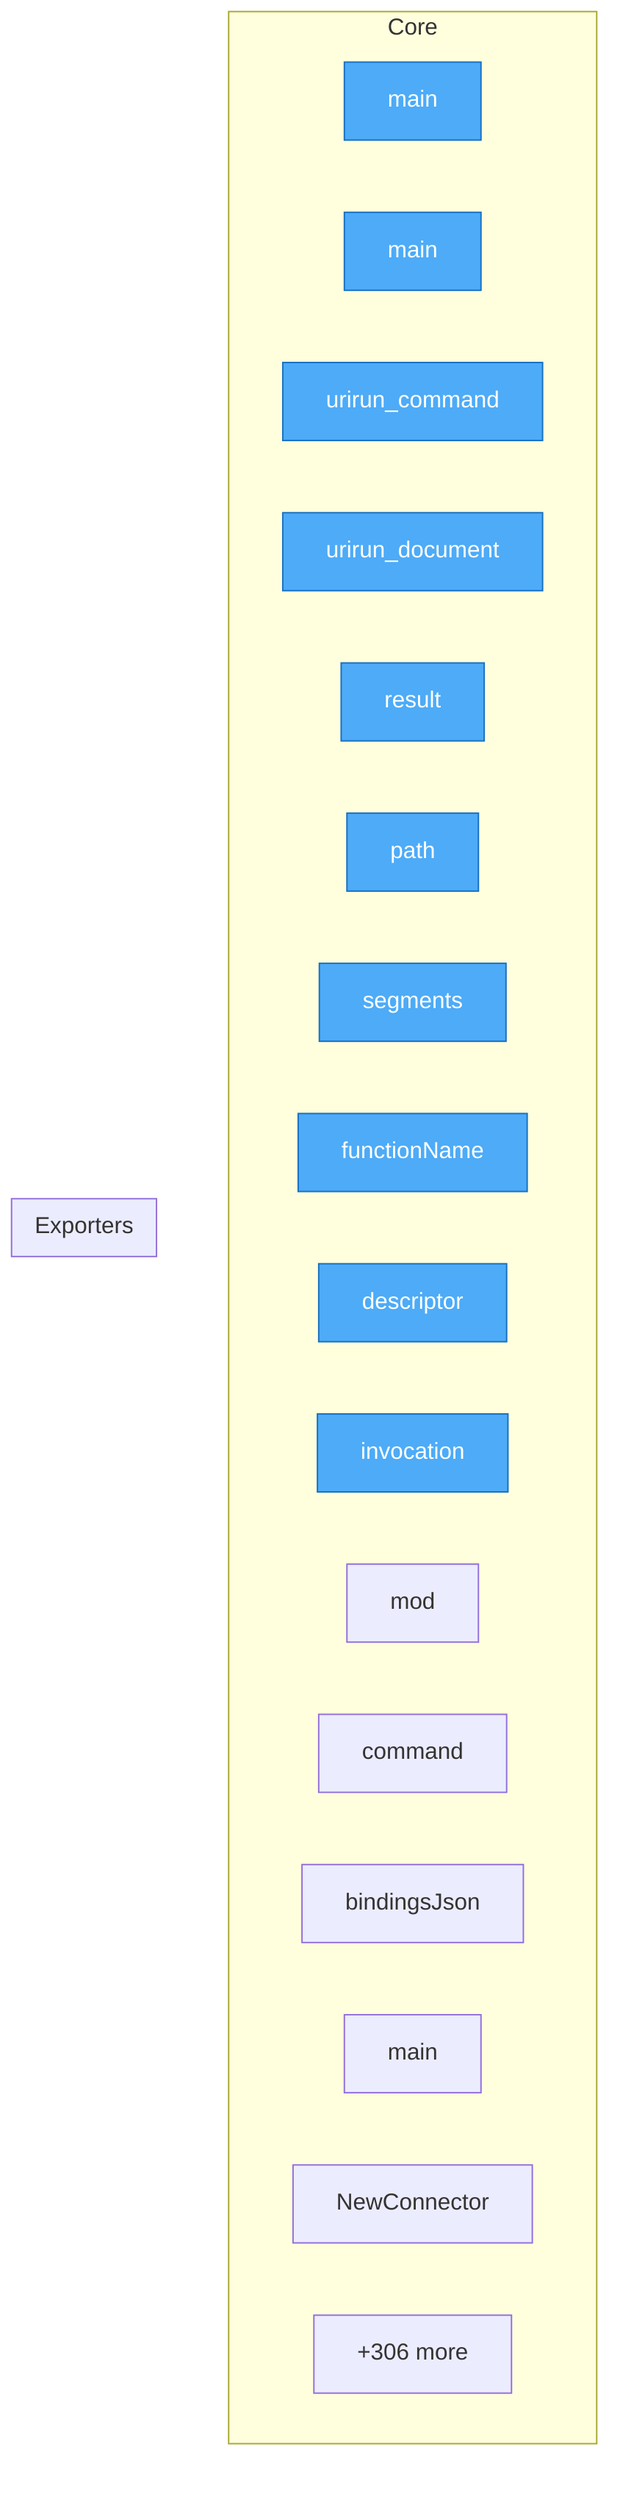
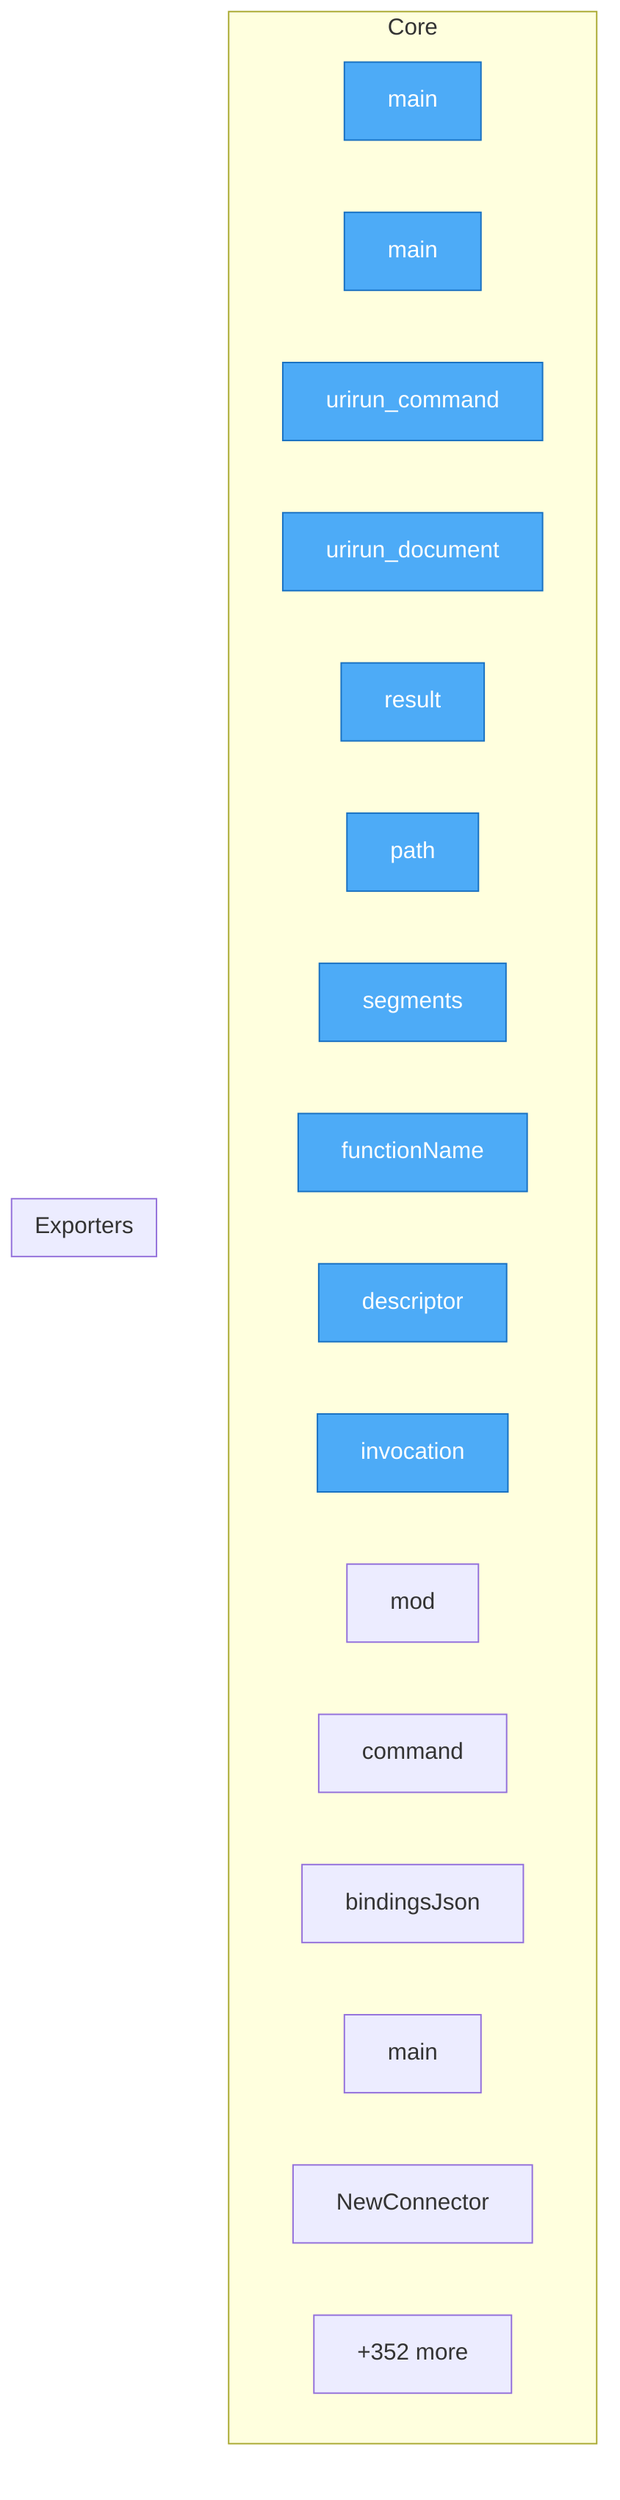
flowchart TD
%% generated in 0.02s

    %% Entry points (blue)
    classDef entry fill:#4dabf7,stroke:#1971c2,color:#fff

    subgraph Core
        adapters__conformance__main["main"]
        adapters__new_connector__main["main"]
        adapters__bash__urirun__urirun_command["urirun_command"]
        adapters__bash__urirun__urirun_document["urirun_document"]
        adapters__js__index__test__result["result"]
        adapters__js__path["path"]
        adapters__js__segments["segments"]
        adapters__js__functionName["functionName"]
        adapters__js__descriptor["descriptor"]
        adapters__js__invocation["invocation"]
        adapters__js__mod["mod"]
        adapters__java__Urirun__Urirun__command["command"]
        adapters__java__Urirun__Urirun__bindingsJson["bindingsJson"]
        adapters__java__example__HashConnector__HashConnector__main["main"]
        adapters__go__urirun__NewConnector["NewConnector"]
-         ...["+306 more"]
+         ...["+352 more"]
    end

    subgraph Exporters
    end

    class adapters__conformance__main,adapters__new_connector__main,adapters__bash__urirun__urirun_command,adapters__bash__urirun__urirun_document,adapters__js__index__test__result,adapters__js__path,adapters__js__segments,adapters__js__functionName,adapters__js__descriptor,adapters__js__invocation entry
